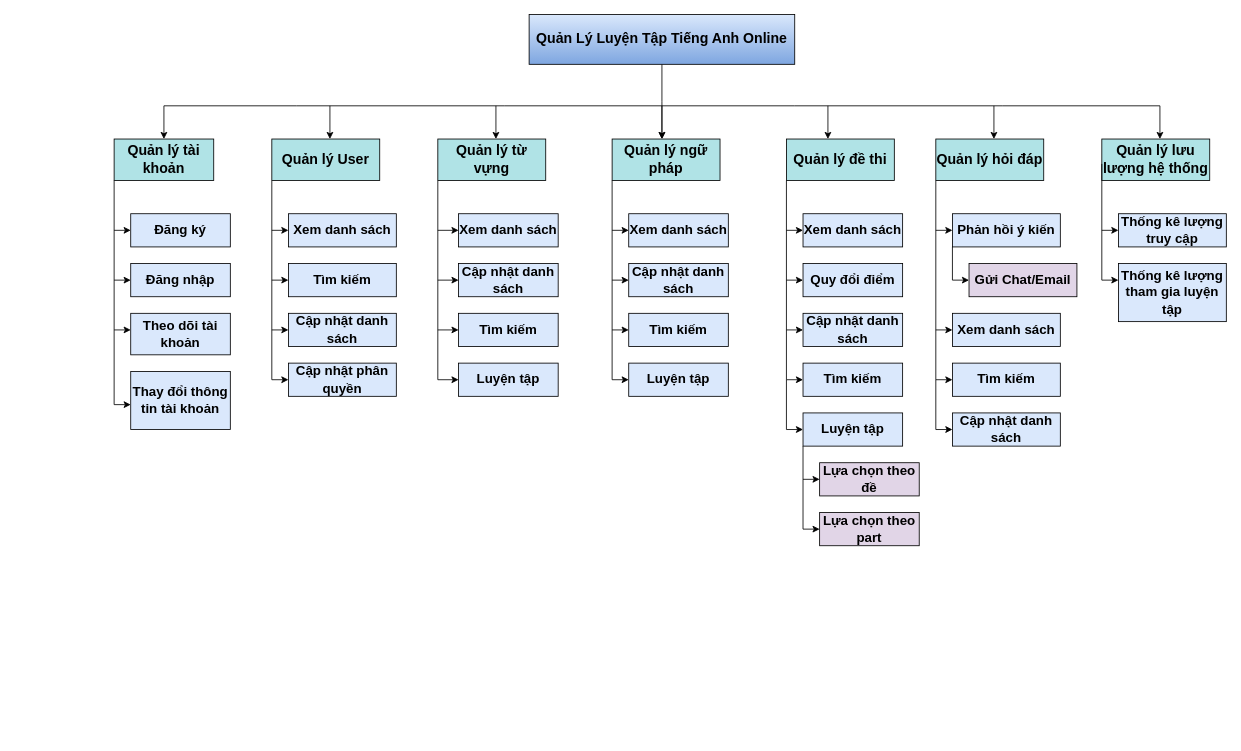
The draw.io diagram page "BFD" (1 of 6) of ToeicTestProjectDiagram.drawio in KimOanh0310/ToeicTestProject, before the edit. Source tidied: cells renumbered, new cells numbered last; positions are measured from the earlier drawing's top-left corner, leaving out a move shared by most shapes. Both pictures are drawn from the tidied source at 83%, with x=0, y=0 at pixel (114, 14).
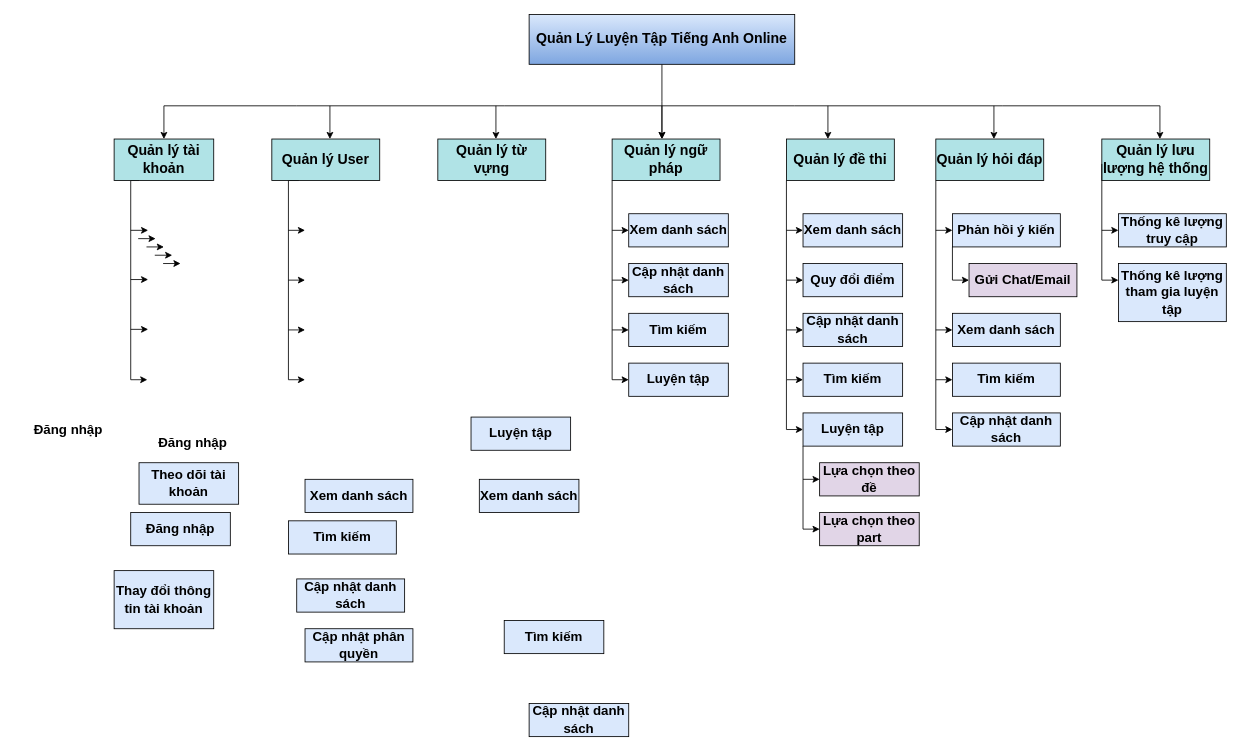
The same diagram, later.

The change refers to these unchanged cells:
```xml
<mxCell id="12" value="&lt;b&gt;&lt;font style=&quot;font-size: 17px;&quot;&gt;Quản lý tài khoản&lt;/font&gt;&lt;/b&gt;" style="rounded=0;whiteSpace=wrap;html=1;fontSize=17;fillColor=#b0e3e6;strokeColor=#000000;" parent="1" vertex="1">
  <mxGeometry y="150" width="120" height="50" as="geometry" />
</mxCell>
<mxCell id="14" value="&lt;b style=&quot;&quot;&gt;&lt;font style=&quot;font-size: 17px;&quot;&gt;Quản lý User&lt;/font&gt;&lt;/b&gt;" style="rounded=0;whiteSpace=wrap;html=1;fontSize=17;fillColor=#b0e3e6;strokeColor=#000000;" parent="1" vertex="1">
  <mxGeometry x="190" y="150" width="130" height="50" as="geometry" />
</mxCell>
<mxCell id="59" value="&lt;b&gt;Quản lý từ vựng&lt;/b&gt;" style="rounded=0;whiteSpace=wrap;html=1;fontSize=17;fillColor=#b0e3e6;strokeColor=#000000;" parent="1" vertex="1">
  <mxGeometry x="390" y="150" width="130" height="50" as="geometry" />
</mxCell>
```

Change to the diagram source:
```diff
@@
-    <mxCell id="11" style="edgeStyle=orthogonalEdgeStyle;rounded=0;jettySize=auto;html=1;exitX=0;exitY=1;exitDx=0;exitDy=0;fontSize=17;strokeColor=#000000;" parent="1" edge="1" source="12" target="33">
-      <mxGeometry relative="1" as="geometry">
-        <Array as="points">
-          <mxPoint y="470" />
-        </Array>
-      </mxGeometry>
-    </mxCell>
+    <mxCell id="78" style="edgeStyle=orthogonalEdgeStyle;rounded=0;jettySize=auto;html=1;exitX=0.25;exitY=1;exitDx=0;exitDy=0;fontSize=16;" parent="1" edge="1" source="12">
+      <mxGeometry relative="1" as="geometry">
+        <mxPoint x="40" y="440" as="targetPoint" />
+        <Array as="points">
+          <mxPoint x="20" y="200" />
+          <mxPoint x="20" y="440" />
+        </Array>
+      </mxGeometry>
+    </mxCell>
@@
-    <mxCell id="13" style="edgeStyle=orthogonalEdgeStyle;rounded=0;jettySize=auto;html=1;exitX=0;exitY=1;exitDx=0;exitDy=0;fontSize=17;entryX=0;entryY=0.5;entryDx=0;entryDy=0;strokeColor=#000000;" parent="1" edge="1" source="14" target="55">
-      <mxGeometry relative="1" as="geometry" />
-    </mxCell>
+    <mxCell id="79" style="edgeStyle=orthogonalEdgeStyle;rounded=0;jettySize=auto;html=1;exitX=0.25;exitY=1;exitDx=0;exitDy=0;fontSize=16;" parent="1" edge="1" source="14">
+      <mxGeometry relative="1" as="geometry">
+        <mxPoint x="230" y="440" as="targetPoint" />
+        <Array as="points">
+          <mxPoint x="210" y="200" />
+          <mxPoint x="210" y="440" />
+        </Array>
+      </mxGeometry>
+    </mxCell>
@@
-    <mxCell id="18" style="endArrow=classic;html=1;rounded=0;fontSize=17;strokeColor=#000000;" parent="1" edge="1">
-      <mxGeometry relative="1" as="geometry">
-        <mxPoint y="260" as="sourcePoint" />
-        <mxPoint x="20" y="260" as="targetPoint" />
-        <Array as="points">
-          <mxPoint y="260" />
-        </Array>
-      </mxGeometry>
-    </mxCell>
-    <mxCell id="19" style="endArrow=classic;html=1;rounded=0;fontSize=17;fillColor=#dae8fc;strokeColor=#000000;" parent="1" edge="1">
-      <mxGeometry relative="1" as="geometry">
-        <mxPoint y="320" as="sourcePoint" />
-        <mxPoint x="20" y="320" as="targetPoint" />
-        <Array as="points">
-          <mxPoint y="320" />
-        </Array>
-      </mxGeometry>
-    </mxCell>
-    <mxCell id="20" style="endArrow=classic;html=1;rounded=0;fontSize=17;fillColor=#dae8fc;strokeColor=#000000;" parent="1" edge="1">
-      <mxGeometry relative="1" as="geometry">
-        <mxPoint y="380" as="sourcePoint" />
-        <mxPoint x="20" y="380" as="targetPoint" />
-        <Array as="points">
-          <mxPoint y="380" />
-        </Array>
-      </mxGeometry>
-    </mxCell>
@@
-    <mxCell id="30" value="&lt;b&gt;&lt;font style=&quot;font-size: 16px;&quot;&gt;Đăng ký&lt;/font&gt;&lt;/b&gt;" style="rounded=0;whiteSpace=wrap;html=1;fontSize=17;fillColor=#dae8fc;strokeColor=#000000;" parent="1" vertex="1">
-      <mxGeometry x="20" y="240" width="120" height="40" as="geometry" />
-    </mxCell>
     <mxCell id="31" value="&lt;b&gt;&lt;font style=&quot;font-size: 16px;&quot;&gt;Đăng nhập&lt;/font&gt;&lt;/b&gt;" style="rounded=0;whiteSpace=wrap;html=1;fontSize=17;fillColor=#dae8fc;strokeColor=#000000;" parent="1" vertex="1">
-      <mxGeometry x="20" y="300" width="120" height="40" as="geometry" />
+      <mxGeometry x="20" y="600" width="120" height="40" as="geometry" />
     </mxCell>
     <mxCell id="32" value="&lt;b&gt;&lt;font style=&quot;font-size: 16px;&quot;&gt;Theo dõi tài khoản&lt;/font&gt;&lt;/b&gt;" style="rounded=0;whiteSpace=wrap;html=1;fontSize=17;fillColor=#dae8fc;strokeColor=#000000;" parent="1" vertex="1">
-      <mxGeometry x="20" y="360" width="120" height="50" as="geometry" />
+      <mxGeometry x="30" y="540" width="120" height="50" as="geometry" />
     </mxCell>
     <mxCell id="33" value="&lt;b&gt;&lt;font style=&quot;font-size: 16px;&quot;&gt;Thay đổi thông tin tài khoản&lt;/font&gt;&lt;/b&gt;" style="rounded=0;whiteSpace=wrap;html=1;fontSize=17;fillColor=#dae8fc;strokeColor=#000000;" parent="1" vertex="1">
-      <mxGeometry x="20" y="430" width="120" height="70" as="geometry" />
+      <mxGeometry y="670" width="120" height="70" as="geometry" />
     </mxCell>
@@
     <mxCell id="52" style="endArrow=classic;html=1;rounded=0;fontSize=17;strokeColor=#000000;" parent="1" edge="1">
       <mxGeometry relative="1" as="geometry">
-        <mxPoint x="190" y="260" as="sourcePoint" />
-        <mxPoint x="210" y="260" as="targetPoint" />
+        <mxPoint x="210" y="260" as="sourcePoint" />
+        <mxPoint x="230" y="260" as="targetPoint" />
         <Array as="points">
-          <mxPoint x="190" y="260" />
+          <mxPoint x="210" y="260" />
         </Array>
       </mxGeometry>
     </mxCell>
     <mxCell id="53" style="endArrow=classic;html=1;rounded=0;fontSize=17;fillColor=#dae8fc;strokeColor=#000000;" parent="1" edge="1">
       <mxGeometry relative="1" as="geometry">
-        <mxPoint x="190" y="320" as="sourcePoint" />
-        <mxPoint x="210" y="320" as="targetPoint" />
+        <mxPoint x="210" y="320" as="sourcePoint" />
+        <mxPoint x="230" y="320" as="targetPoint" />
         <Array as="points">
-          <mxPoint x="190" y="320" />
+          <mxPoint x="210" y="320" />
         </Array>
       </mxGeometry>
     </mxCell>
     <mxCell id="54" style="endArrow=classic;html=1;rounded=0;fontSize=17;fillColor=#dae8fc;strokeColor=#000000;" parent="1" edge="1">
       <mxGeometry relative="1" as="geometry">
-        <mxPoint x="190" y="380" as="sourcePoint" />
-        <mxPoint x="210" y="380" as="targetPoint" />
+        <mxPoint x="210" y="380" as="sourcePoint" />
+        <mxPoint x="230" y="380" as="targetPoint" />
         <Array as="points">
-          <mxPoint x="190" y="380" />
+          <mxPoint x="210" y="380" />
         </Array>
       </mxGeometry>
     </mxCell>
     <mxCell id="55" value="&lt;b&gt;&lt;font style=&quot;font-size: 16px;&quot;&gt;Cập nhật phân quyền&lt;/font&gt;&lt;/b&gt;" style="rounded=0;whiteSpace=wrap;html=1;fontSize=17;fillColor=#dae8fc;strokeColor=#000000;" parent="1" vertex="1">
-      <mxGeometry x="210" y="420" width="130" height="40" as="geometry" />
+      <mxGeometry x="230" y="740" width="130" height="40" as="geometry" />
     </mxCell>
     <mxCell id="56" value="&lt;b&gt;&lt;font style=&quot;font-size: 16px;&quot;&gt;Cập nhật danh sách&lt;/font&gt;&lt;/b&gt;" style="rounded=0;whiteSpace=wrap;html=1;fontSize=17;fillColor=#dae8fc;strokeColor=#000000;" parent="1" vertex="1">
-      <mxGeometry x="210" y="360" width="130" height="40" as="geometry" />
+      <mxGeometry x="220" y="680" width="130" height="40" as="geometry" />
     </mxCell>
     <mxCell id="57" value="&lt;b&gt;&lt;font style=&quot;font-size: 16px;&quot;&gt;Tìm kiếm&lt;/font&gt;&lt;/b&gt;" style="rounded=0;whiteSpace=wrap;html=1;fontSize=17;fillColor=#dae8fc;strokeColor=#000000;" parent="1" vertex="1">
-      <mxGeometry x="210" y="300" width="130" height="40" as="geometry" />
+      <mxGeometry x="210" y="610" width="130" height="40" as="geometry" />
     </mxCell>
     <mxCell id="58" value="&lt;b&gt;&lt;font style=&quot;font-size: 16px;&quot;&gt;Xem danh sách&lt;/font&gt;&lt;/b&gt;" style="rounded=0;whiteSpace=wrap;html=1;fontSize=17;fillColor=#dae8fc;strokeColor=#000000;" parent="1" vertex="1">
-      <mxGeometry x="210" y="240" width="130" height="40" as="geometry" />
+      <mxGeometry x="230" y="560" width="130" height="40" as="geometry" />
     </mxCell>
@@
-    <mxCell id="60" style="edgeStyle=orthogonalEdgeStyle;rounded=0;jettySize=auto;html=1;fontSize=17;strokeColor=#000000;" parent="1" edge="1" source="59" target="64">
-      <mxGeometry relative="1" as="geometry">
-        <Array as="points">
-          <mxPoint x="390" y="440" />
-        </Array>
-      </mxGeometry>
-    </mxCell>
-    <mxCell id="61" style="endArrow=classic;html=1;rounded=0;fontSize=17;strokeColor=#000000;" parent="1" edge="1" target="67">
-      <mxGeometry relative="1" as="geometry">
-        <mxPoint x="390" y="260" as="sourcePoint" />
-        <Array as="points">
-          <mxPoint x="390" y="260" />
-        </Array>
-      </mxGeometry>
-    </mxCell>
-    <mxCell id="62" style="endArrow=classic;html=1;rounded=0;fontSize=17;strokeColor=#000000;" parent="1" edge="1" target="66">
-      <mxGeometry relative="1" as="geometry">
-        <mxPoint x="390" y="320" as="sourcePoint" />
-        <Array as="points">
-          <mxPoint x="390" y="320" />
-        </Array>
-      </mxGeometry>
-    </mxCell>
-    <mxCell id="63" style="endArrow=classic;html=1;rounded=0;fontSize=17;strokeColor=#000000;" parent="1" edge="1" target="65">
-      <mxGeometry relative="1" as="geometry">
-        <mxPoint x="390" y="380" as="sourcePoint" />
-        <Array as="points">
-          <mxPoint x="390" y="380" />
-        </Array>
-      </mxGeometry>
-    </mxCell>
     <mxCell id="64" value="&lt;font style=&quot;font-size: 16px;&quot;&gt;&lt;b&gt;Luyện tập&lt;/b&gt;&lt;/font&gt;" style="rounded=0;whiteSpace=wrap;html=1;fontSize=17;fillColor=#dae8fc;strokeColor=#000000;" parent="1" vertex="1">
-      <mxGeometry x="415" y="420" width="120" height="40" as="geometry" />
+      <mxGeometry x="430" y="485" width="120" height="40" as="geometry" />
     </mxCell>
     <mxCell id="65" value="&lt;font style=&quot;font-size: 16px;&quot;&gt;&lt;b&gt;Tìm kiếm&lt;/b&gt;&lt;/font&gt;" style="rounded=0;whiteSpace=wrap;html=1;fontSize=17;fillColor=#dae8fc;strokeColor=#000000;" parent="1" vertex="1">
-      <mxGeometry x="415" y="360" width="120" height="40" as="geometry" />
+      <mxGeometry x="470" y="730" width="120" height="40" as="geometry" />
     </mxCell>
     <mxCell id="66" value="&lt;b&gt;&lt;font style=&quot;font-size: 16px;&quot;&gt;Cập nhật danh sách&lt;/font&gt;&lt;/b&gt;" style="rounded=0;whiteSpace=wrap;html=1;fontSize=17;fillColor=#dae8fc;strokeColor=#000000;" parent="1" vertex="1">
-      <mxGeometry x="415" y="300" width="120" height="40" as="geometry" />
+      <mxGeometry x="500" y="830" width="120" height="40" as="geometry" />
     </mxCell>
     <mxCell id="67" value="&lt;b&gt;&lt;font style=&quot;font-size: 16px;&quot;&gt;Xem danh sách&lt;/font&gt;&lt;/b&gt;" style="rounded=0;whiteSpace=wrap;html=1;fontSize=17;fillColor=#dae8fc;strokeColor=#000000;" parent="1" vertex="1">
-      <mxGeometry x="415" y="240" width="120" height="40" as="geometry" />
+      <mxGeometry x="440" y="560" width="120" height="40" as="geometry" />
     </mxCell>
@@
+    <mxCell id="80" style="endArrow=classic;html=1;rounded=0;" parent="1" edge="1">
+      <mxGeometry relative="1" as="geometry">
+        <mxPoint x="20" y="260" as="sourcePoint" />
+        <mxPoint x="41" y="260" as="targetPoint" />
+      </mxGeometry>
+    </mxCell>
+    <mxCell id="81" value="&lt;font style=&quot;font-size: 16px;&quot;&gt;&lt;b&gt;Đăng nhập&lt;/b&gt;&lt;/font&gt;" style="text;html=1;strokeColor=none;fillColor=none;align=center;verticalAlign=middle;whiteSpace=wrap;rounded=0;" parent="1" vertex="1">
+      <mxGeometry x="-120" y="485" width="130" height="30" as="geometry" />
+    </mxCell>
+    <mxCell id="82" value="&lt;font style=&quot;font-size: 16px;&quot;&gt;&lt;b&gt;Đăng nhập&lt;/b&gt;&lt;/font&gt;" style="text;html=1;strokeColor=none;fillColor=none;align=center;verticalAlign=middle;whiteSpace=wrap;rounded=0;" parent="1" vertex="1">
+      <mxGeometry x="30" y="500" width="130" height="30" as="geometry" />
+    </mxCell>
+    <mxCell id="83" style="endArrow=classic;html=1;rounded=0;" parent="1" edge="1">
+      <mxGeometry relative="1" as="geometry">
+        <mxPoint x="29" y="270" as="sourcePoint" />
+        <mxPoint x="50" y="270" as="targetPoint" />
+      </mxGeometry>
+    </mxCell>
+    <mxCell id="84" style="endArrow=classic;html=1;rounded=0;" parent="1" edge="1">
+      <mxGeometry relative="1" as="geometry">
+        <mxPoint x="39" y="280" as="sourcePoint" />
+        <mxPoint x="60" y="280" as="targetPoint" />
+      </mxGeometry>
+    </mxCell>
+    <mxCell id="85" style="endArrow=classic;html=1;rounded=0;" parent="1" edge="1">
+      <mxGeometry relative="1" as="geometry">
+        <mxPoint x="49" y="290" as="sourcePoint" />
+        <mxPoint x="70" y="290" as="targetPoint" />
+      </mxGeometry>
+    </mxCell>
+    <mxCell id="86" style="endArrow=classic;html=1;rounded=0;" parent="1" edge="1">
+      <mxGeometry relative="1" as="geometry">
+        <mxPoint x="59" y="300" as="sourcePoint" />
+        <mxPoint x="80" y="300" as="targetPoint" />
+      </mxGeometry>
+    </mxCell>
+    <mxCell id="87" style="endArrow=classic;html=1;rounded=0;" parent="1" edge="1">
+      <mxGeometry relative="1" as="geometry">
+        <mxPoint x="20" y="319.3" as="sourcePoint" />
+        <mxPoint x="41" y="319.3" as="targetPoint" />
+      </mxGeometry>
+    </mxCell>
+    <mxCell id="88" style="endArrow=classic;html=1;rounded=0;" parent="1" edge="1">
+      <mxGeometry relative="1" as="geometry">
+        <mxPoint x="20" y="379.3" as="sourcePoint" />
+        <mxPoint x="41" y="379.3" as="targetPoint" />
+      </mxGeometry>
+    </mxCell>
```
